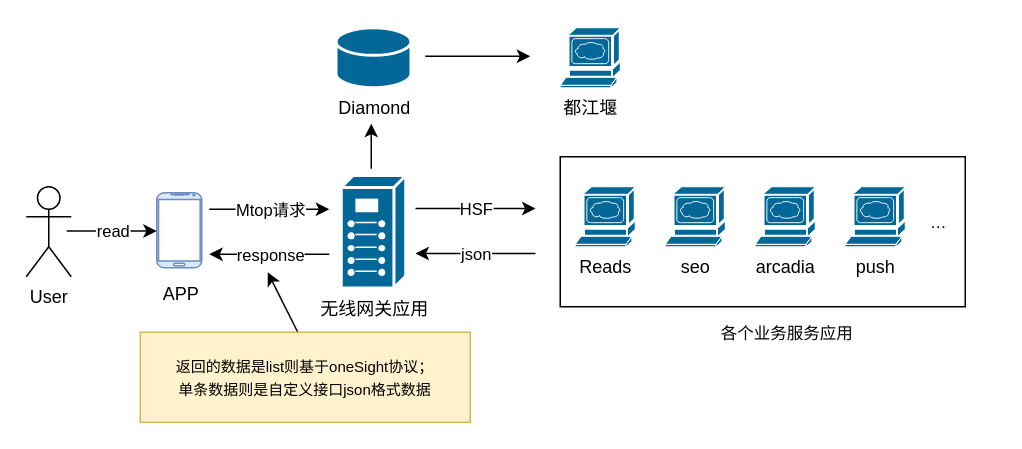
kdoclg/git_study keeps this draw.io diagram as 实习总结2.drawio. Above is the earlier version. Source tidied: cells renumbered, new cells numbered last; positions are measured from the earlier drawing's top-left corner, leaving out a move shared by most shapes. Both pictures are drawn from the tidied source at 150%, with x=0, y=0 at pixel (26, 27).
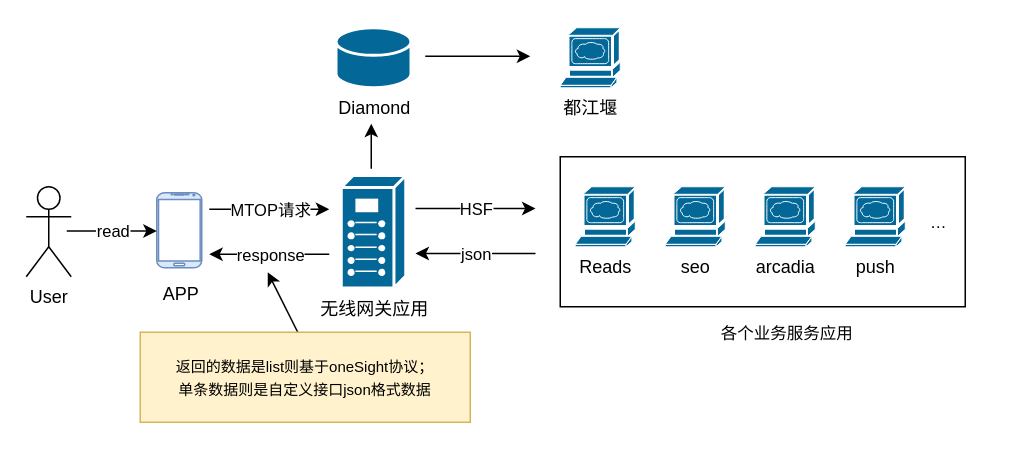
The same diagram, later.

Commit message:
更新实习总结2.drawio

Unchanged cells that the change refers to:
```xml
<mxCell id="8" style="endArrow=classic;html=1;rounded=0;" parent="1" edge="1">
  <mxGeometry relative="1" as="geometry">
    <mxPoint x="122" y="121" as="sourcePoint" />
    <mxPoint x="202" y="121" as="targetPoint" />
  </mxGeometry>
</mxCell>
```

What changed in the source:
```diff
@@
-    <mxCell id="9" value="Mtop请求" style="edgeLabel;html=1;align=center;verticalAlign=middle;" parent="8" vertex="1">
+    <mxCell id="9" value="MTOP请求" style="edgeLabel;html=1;align=center;verticalAlign=middle;" parent="8" vertex="1">
       <mxGeometry relative="1" as="geometry" />
     </mxCell>
```
